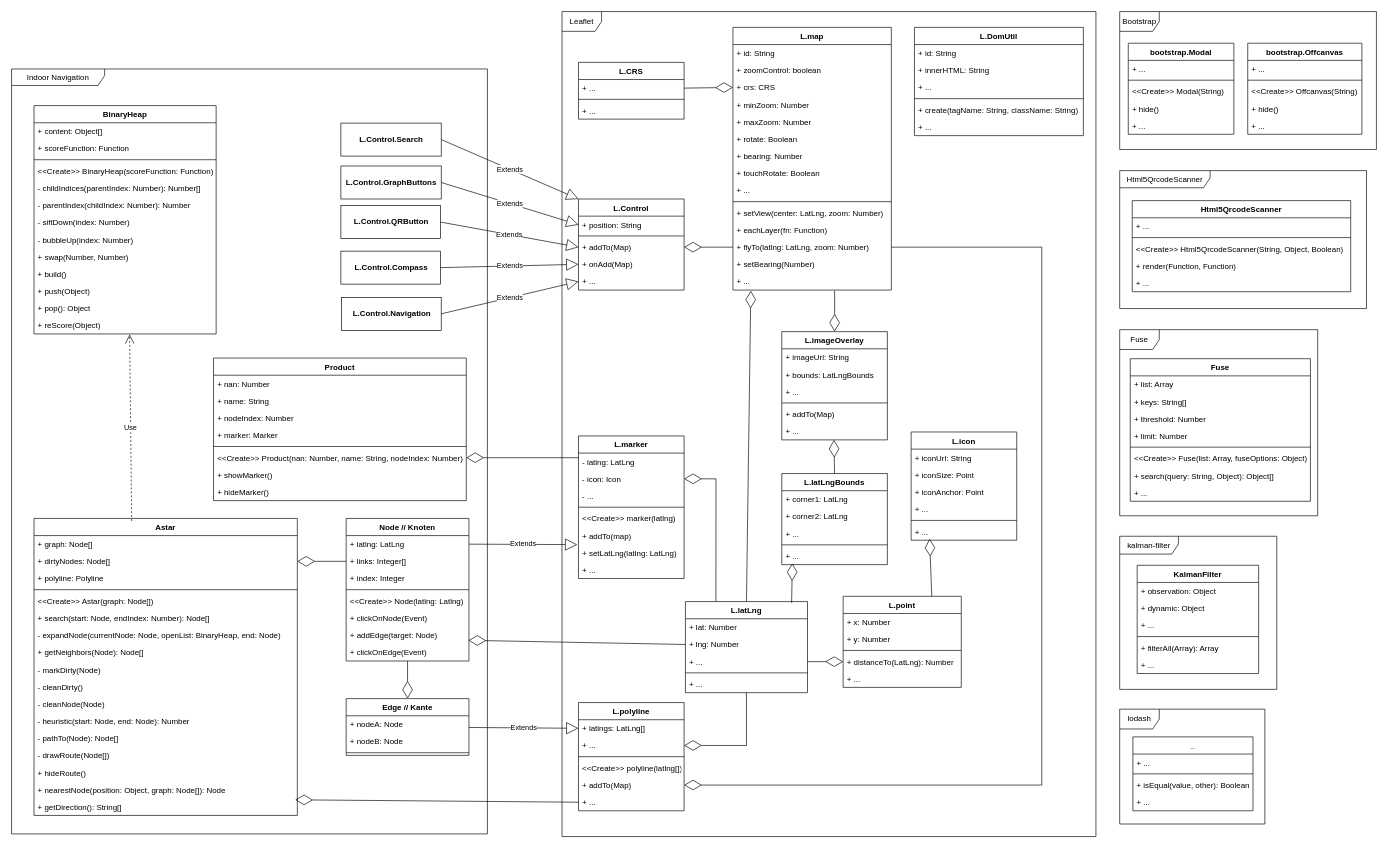
This is drawio/klassen.drawio from danielgilbers/indoor-navigation, a draw.io file, before an edit. Source tidied: cells renumbered, new cells numbered last; positions are measured from the earlier drawing's top-left corner, leaving out a move shared by most shapes. Both pictures are drawn from the tidied source at 66%, with x=0, y=0 at pixel (11, 11).
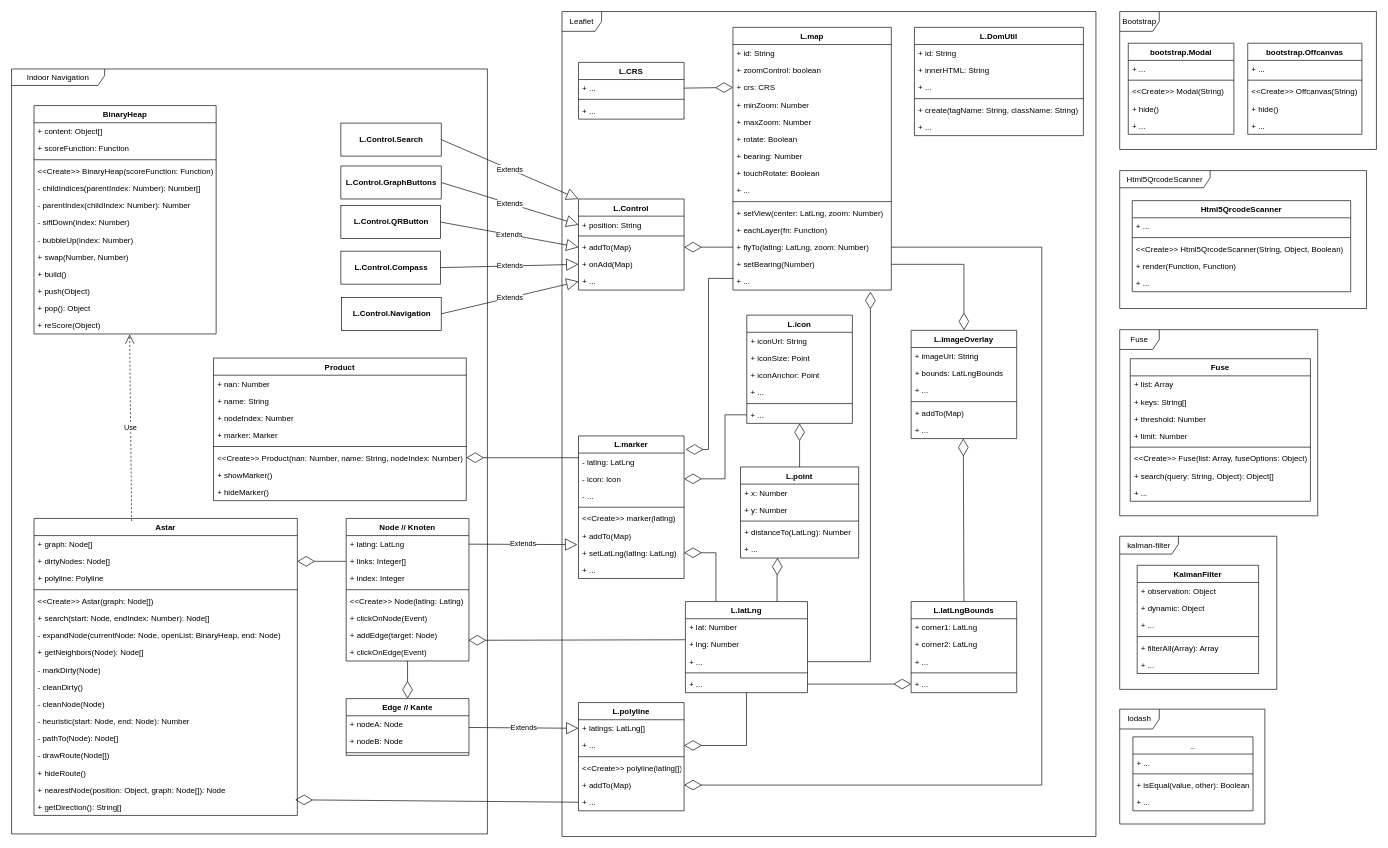
The same page after the edit.

Commit message:
update class diagramm

The change refers to these unchanged cells:
```xml
<mxCell id="13" value="+ addEdge(target: Node)" style="text;strokeColor=none;fillColor=none;align=left;verticalAlign=top;spacingLeft=4;spacingRight=4;overflow=hidden;points=[[0,0.5],[1,0.5]];portConstraint=eastwest;" parent="6" vertex="1">
  <mxGeometry y="164" width="186" height="26" as="geometry" />
</mxCell>
<mxCell id="15" value="L.marker" style="swimlane;fontStyle=1;align=center;verticalAlign=top;horizontal=1;startSize=26;" parent="1" vertex="1">
  <mxGeometry x="859" y="643" width="160" height="216" as="geometry" />
</mxCell>
<mxCell id="17" value="- icon: Icon" style="text;strokeColor=none;fillColor=none;align=left;verticalAlign=top;spacingLeft=4;spacingRight=4;overflow=hidden;points=[[0,0.5],[1,0.5]];portConstraint=eastwest;" parent="15" vertex="1">
  <mxGeometry y="52" width="160" height="26" as="geometry" />
</mxCell>
<mxCell id="22" value="+ setLatLng(latlng: LatLng)" style="text;strokeColor=none;fillColor=none;align=left;verticalAlign=top;spacingLeft=4;spacingRight=4;overflow=hidden;points=[[0,0.5],[1,0.5]];portConstraint=eastwest;" parent="15" vertex="1">
  <mxGeometry y="164" width="160" height="26" as="geometry" />
</mxCell>
<mxCell id="30" value="+ ..." style="text;strokeColor=none;fillColor=none;align=left;verticalAlign=top;spacingLeft=4;spacingRight=4;overflow=hidden;points=[[0,0.5],[1,0.5]];portConstraint=eastwest;" parent="24" vertex="1">
  <mxGeometry y="138" width="160" height="26" as="geometry" />
</mxCell>
<mxCell id="35" value="+ distanceTo(LatLng): Number" style="text;strokeColor=none;fillColor=none;align=left;verticalAlign=top;spacingLeft=4;spacingRight=4;overflow=hidden;points=[[0,0.5],[1,0.5]];portConstraint=eastwest;" parent="31" vertex="1">
  <mxGeometry y="86" width="179" height="26" as="geometry" />
</mxCell>
<mxCell id="36" value="+ ..." style="text;strokeColor=none;fillColor=none;align=left;verticalAlign=top;spacingLeft=4;spacingRight=4;overflow=hidden;points=[[0,0.5],[1,0.5]];portConstraint=eastwest;" parent="31" vertex="1">
  <mxGeometry y="112" width="179" height="26" as="geometry" />
</mxCell>
<mxCell id="38" value="L.latLng" style="swimlane;fontStyle=1;align=center;verticalAlign=top;horizontal=1;startSize=26;" parent="1" vertex="1">
  <mxGeometry x="1021" y="894" width="185" height="138" as="geometry" />
</mxCell>
<mxCell id="40" value="+ lng: Number" style="text;strokeColor=none;fillColor=none;align=left;verticalAlign=top;spacingLeft=4;spacingRight=4;overflow=hidden;points=[[0,0.5],[1,0.5]];portConstraint=eastwest;" parent="38" vertex="1">
  <mxGeometry y="52" width="185" height="26" as="geometry" />
</mxCell>
<mxCell id="41" value="+ ..." style="text;strokeColor=none;fillColor=none;align=left;verticalAlign=top;spacingLeft=4;spacingRight=4;overflow=hidden;points=[[0,0.5],[1,0.5]];portConstraint=eastwest;" parent="38" vertex="1">
  <mxGeometry y="78" width="185" height="26" as="geometry" />
</mxCell>
<mxCell id="43" value="+ ..." style="text;strokeColor=none;fillColor=none;align=left;verticalAlign=top;spacingLeft=4;spacingRight=4;overflow=hidden;points=[[0,0.5],[1,0.5]];portConstraint=eastwest;" parent="38" vertex="1">
  <mxGeometry y="112" width="185" height="26" as="geometry" />
</mxCell>
<mxCell id="58" value="+ setBearing(Number)" style="text;strokeColor=none;fillColor=none;align=left;verticalAlign=top;spacingLeft=4;spacingRight=4;overflow=hidden;points=[[0,0.5],[1,0.5]];portConstraint=eastwest;" parent="44" vertex="1">
  <mxGeometry y="346" width="240" height="26" as="geometry" />
</mxCell>
<mxCell id="59" value="+ ..." style="text;strokeColor=none;fillColor=none;align=left;verticalAlign=top;spacingLeft=4;spacingRight=4;overflow=hidden;points=[[0,0.5],[1,0.5]];portConstraint=eastwest;" parent="44" vertex="1">
  <mxGeometry y="372" width="240" height="26" as="geometry" />
</mxCell>
<mxCell id="72" value="+ ..." style="text;strokeColor=none;fillColor=none;align=left;verticalAlign=top;spacingLeft=4;spacingRight=4;overflow=hidden;points=[[0,0.5],[1,0.5]];portConstraint=eastwest;" parent="67" vertex="1">
  <mxGeometry y="112" width="160" height="26" as="geometry" />
</mxCell>
```

What changed in the source:
```diff
@@
-    <mxCell id="21" value="+ addTo(map)" style="text;strokeColor=none;fillColor=none;align=left;verticalAlign=top;spacingLeft=4;spacingRight=4;overflow=hidden;" parent="15" vertex="1">
+    <mxCell id="21" value="+ addTo(Map)" style="text;strokeColor=none;fillColor=none;align=left;verticalAlign=top;spacingLeft=4;spacingRight=4;overflow=hidden;" parent="15" vertex="1">
       <mxGeometry y="138" width="160" height="26" as="geometry" />
     </mxCell>
@@
     <mxCell id="24" value="L.icon" style="swimlane;fontStyle=1;align=center;verticalAlign=top;horizontal=1;startSize=26;" parent="1" vertex="1">
-      <mxGeometry x="1363" y="637" width="160" height="164" as="geometry" />
+      <mxGeometry x="1114" y="460" width="160" height="164" as="geometry" />
     </mxCell>
@@
     <mxCell id="31" value="L.point" style="swimlane;fontStyle=1;align=center;verticalAlign=top;horizontal=1;startSize=26;" parent="1" vertex="1">
-      <mxGeometry x="1260" y="886" width="179" height="138" as="geometry" />
+      <mxGeometry x="1104.5" y="690" width="179" height="138" as="geometry" />
     </mxCell>
@@
     <mxCell id="60" value="L.imageOverlay" style="swimlane;fontStyle=1;align=center;verticalAlign=top;horizontal=1;startSize=26;" parent="1" vertex="1">
-      <mxGeometry x="1167" y="485" width="160" height="164" as="geometry" />
+      <mxGeometry x="1363" y="483" width="160" height="164" as="geometry" />
     </mxCell>
@@
     <mxCell id="67" value="L.latLngBounds" style="swimlane;fontStyle=1;align=center;verticalAlign=top;horizontal=1;startSize=26;" parent="1" vertex="1">
-      <mxGeometry x="1167" y="700" width="160" height="138" as="geometry" />
+      <mxGeometry x="1363" y="894" width="160" height="138" as="geometry" />
     </mxCell>
@@
-    <mxCell id="200" style="endArrow=diamondThin;endFill=0;endSize=24;html=1;rounded=0;entryX=0.996;entryY=0.795;entryDx=0;entryDy=0;exitX=0;exitY=0.5;exitDx=0;exitDy=0;entryPerimeter=0;" parent="1" edge="1" source="40" target="13">
+    <mxCell id="200" style="endArrow=diamondThin;endFill=0;endSize=24;html=1;rounded=0;entryX=0.996;entryY=0.795;entryDx=0;entryDy=0;exitX=-0.003;exitY=0.224;exitDx=0;exitDy=0;entryPerimeter=0;exitPerimeter=0;" parent="1" edge="1" source="40" target="13">
       <mxGeometry relative="1" as="geometry" />
     </mxCell>
@@
-    <mxCell id="202" style="endArrow=diamondThin;endFill=0;endSize=24;html=1;rounded=0;exitX=0.5;exitY=0;exitDx=0;exitDy=0;entryX=0.113;entryY=1.038;entryDx=0;entryDy=0;entryPerimeter=0;" parent="1" edge="1" source="38" target="59">
-      <mxGeometry relative="1" as="geometry" />
+    <mxCell id="202" style="endArrow=diamondThin;endFill=0;endSize=24;html=1;rounded=0;exitX=1;exitY=0.5;exitDx=0;exitDy=0;entryX=0.868;entryY=1.09;entryDx=0;entryDy=0;entryPerimeter=0;edgeStyle=orthogonalEdgeStyle;" parent="1" edge="1" source="41" target="59">
+      <mxGeometry relative="1" as="geometry">
+        <Array as="points">
+          <mxPoint x="1301" y="985" />
+        </Array>
+      </mxGeometry>
     </mxCell>
-    <mxCell id="203" style="endArrow=diamondThin;endFill=0;endSize=24;html=1;rounded=0;entryX=0;entryY=0.5;entryDx=0;entryDy=0;exitX=1;exitY=0.5;exitDx=0;exitDy=0;edgeStyle=orthogonalEdgeStyle;" parent="1" edge="1" source="41" target="35">
+    <mxCell id="203" style="endArrow=diamondThin;endFill=0;endSize=24;html=1;rounded=0;entryX=0.313;entryY=0.987;entryDx=0;entryDy=0;exitX=0.75;exitY=0;exitDx=0;exitDy=0;edgeStyle=orthogonalEdgeStyle;entryPerimeter=0;" parent="1" edge="1" source="38" target="36">
       <mxGeometry relative="1" as="geometry" />
     </mxCell>
@@
-    <mxCell id="205" style="endArrow=diamondThin;endFill=0;endSize=24;html=1;rounded=0;entryX=0.175;entryY=0.923;entryDx=0;entryDy=0;exitX=0.75;exitY=0;exitDx=0;exitDy=0;entryPerimeter=0;" parent="1" edge="1" source="31" target="30">
+    <mxCell id="205" style="endArrow=diamondThin;endFill=0;endSize=24;html=1;rounded=0;exitX=0.5;exitY=0;exitDx=0;exitDy=0;" parent="1" edge="1" source="31" target="30">
       <mxGeometry relative="1" as="geometry" />
     </mxCell>
-    <mxCell id="206" style="endArrow=diamondThin;endFill=0;endSize=24;html=1;rounded=0;entryX=0.1;entryY=0.923;entryDx=0;entryDy=0;exitX=0.87;exitY=0.014;exitDx=0;exitDy=0;entryPerimeter=0;exitPerimeter=0;" parent="1" edge="1" source="38" target="72">
+    <mxCell id="206" style="endArrow=diamondThin;endFill=0;endSize=24;html=1;rounded=0;entryX=0;entryY=0.5;entryDx=0;entryDy=0;exitX=1;exitY=0.5;exitDx=0;exitDy=0;" parent="1" edge="1" source="43" target="72">
       <mxGeometry relative="1" as="geometry" />
     </mxCell>
@@
-    <mxCell id="208" style="endArrow=diamondThin;endFill=0;endSize=24;html=1;rounded=0;entryX=0.5;entryY=0;entryDx=0;entryDy=0;exitX=0.642;exitY=1.038;exitDx=0;exitDy=0;exitPerimeter=0;edgeStyle=orthogonalEdgeStyle;" parent="1" edge="1" source="59" target="60">
+    <mxCell id="208" style="endArrow=diamondThin;endFill=0;endSize=24;html=1;rounded=0;entryX=0.5;entryY=0;entryDx=0;entryDy=0;exitX=1;exitY=0.5;exitDx=0;exitDy=0;edgeStyle=orthogonalEdgeStyle;" parent="1" edge="1" source="58" target="60">
       <mxGeometry relative="1" as="geometry" />
     </mxCell>
-    <mxCell id="209" style="endArrow=diamondThin;endFill=0;endSize=24;html=1;rounded=0;entryX=1;entryY=0.5;entryDx=0;entryDy=0;exitX=0.25;exitY=0;exitDx=0;exitDy=0;edgeStyle=orthogonalEdgeStyle;" parent="1" edge="1" source="38" target="17">
+    <mxCell id="209" style="endArrow=diamondThin;endFill=0;endSize=24;html=1;rounded=0;entryX=1;entryY=0.5;entryDx=0;entryDy=0;exitX=0.25;exitY=0;exitDx=0;exitDy=0;edgeStyle=orthogonalEdgeStyle;" parent="1" edge="1" source="38" target="22">
       <mxGeometry relative="1" as="geometry" />
     </mxCell>
@@
+    <mxCell id="212" style="endArrow=diamondThin;endFill=0;endSize=24;html=1;rounded=0;entryX=1.015;entryY=0.095;entryDx=0;entryDy=0;exitX=0.003;exitY=0.321;exitDx=0;exitDy=0;exitPerimeter=0;entryPerimeter=0;edgeStyle=orthogonalEdgeStyle;" parent="1" edge="1" source="59" target="15">
+      <mxGeometry relative="1" as="geometry">
+        <Array as="points">
+          <mxPoint x="1056" y="404" />
+          <mxPoint x="1056" y="664" />
+        </Array>
+      </mxGeometry>
+    </mxCell>
+    <mxCell id="213" style="endArrow=diamondThin;endFill=0;endSize=24;html=1;rounded=0;entryX=1;entryY=0.5;entryDx=0;entryDy=0;exitX=0;exitY=0.5;exitDx=0;exitDy=0;edgeStyle=orthogonalEdgeStyle;" parent="1" edge="1" source="30" target="17">
+      <mxGeometry relative="1" as="geometry">
+        <Array as="points">
+          <mxPoint x="1081" y="611" />
+          <mxPoint x="1081" y="708" />
+        </Array>
+      </mxGeometry>
+    </mxCell>
```
